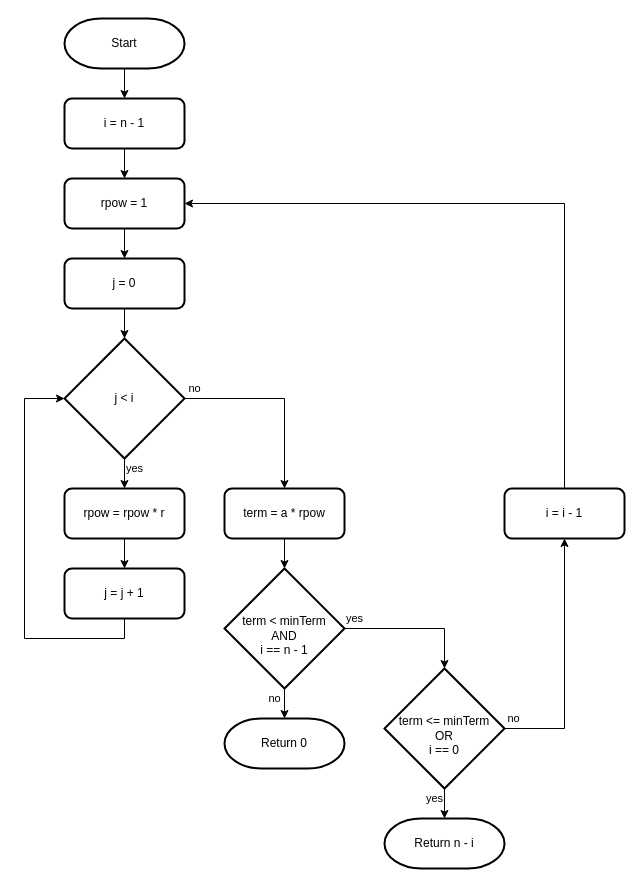
Earlier version of the draw.io diagram page "gs-3" (6 of 7) of images/diagrams.drawio (sgorgun/for-statements). Source tidied: cells renumbered, new cells numbered last; positions are measured from the earlier drawing's top-left corner, leaving out a move shared by most shapes. Both pictures are drawn from the tidied source at 100%, with x=0, y=0 at pixel (24, 18).
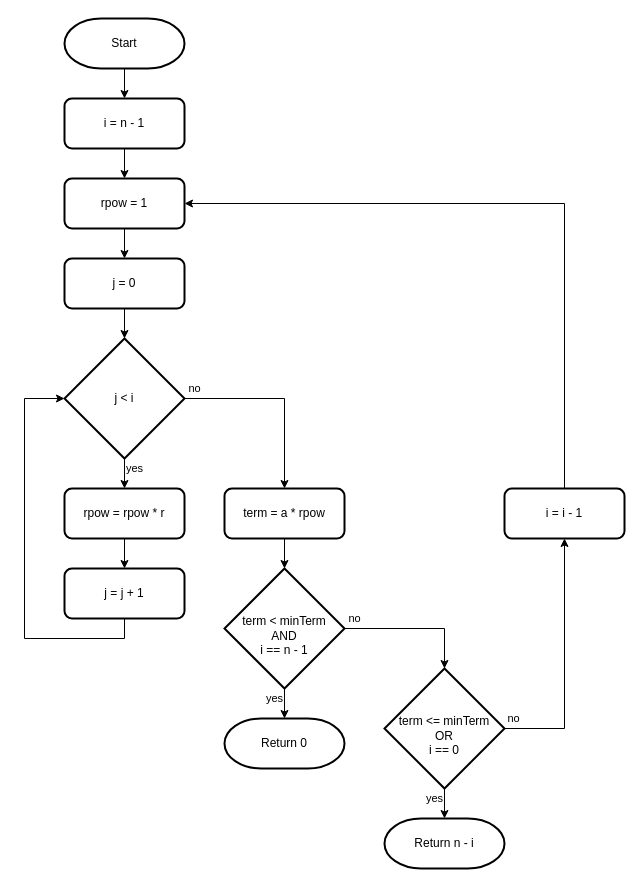
After the change.

Unchanged cells that the change refers to:
```xml
<mxCell id="6" value="&lt;br&gt;term &amp;lt; minTerm&lt;br&gt;AND&lt;br&gt;i == n - 1" style="rhombus;whiteSpace=wrap;html=1;rounded=0;strokeWidth=2;" parent="1" vertex="1">
  <mxGeometry x="200" y="550" width="120" height="120" as="geometry" />
</mxCell>
<mxCell id="16" value="Return 0" style="strokeWidth=2;html=1;shape=mxgraph.flowchart.terminator;whiteSpace=wrap;" parent="1" vertex="1">
  <mxGeometry x="200" y="700" width="120" height="50" as="geometry" />
</mxCell>
<mxCell id="25" value="&lt;br&gt;term &amp;lt;= minTerm&lt;br&gt;OR&lt;br&gt;i == 0" style="rhombus;whiteSpace=wrap;html=1;rounded=0;strokeWidth=2;" parent="1" vertex="1">
  <mxGeometry x="360" y="650" width="120" height="120" as="geometry" />
</mxCell>
```

The edit, as a diff of the source:
```diff
@@
-    <mxCell id="4" value="no" style="edgeStyle=orthogonalEdgeStyle;rounded=0;jettySize=auto;html=1;" parent="1" edge="1" source="6" target="16">
+    <mxCell id="4" value="yes" style="edgeStyle=orthogonalEdgeStyle;rounded=0;jettySize=auto;html=1;" parent="1" edge="1" source="6" target="16">
       <mxGeometry x="-0.33" y="-10" relative="1" as="geometry">
         <Array as="points">
           <mxPoint x="260" y="750" />
           <mxPoint x="260" y="750" />
         </Array>
       </mxGeometry>
     </mxCell>
-    <mxCell id="5" value="yes" style="edgeStyle=orthogonalEdgeStyle;rounded=0;jettySize=auto;html=1;" parent="1" edge="1" source="6" target="25">
+    <mxCell id="5" value="no" style="edgeStyle=orthogonalEdgeStyle;rounded=0;jettySize=auto;html=1;" parent="1" edge="1" source="6" target="25">
       <mxGeometry x="-0.86" y="10" relative="1" as="geometry">
         <Array as="points">
           <mxPoint x="420" y="610" />
         </Array>
       </mxGeometry>
     </mxCell>
```
